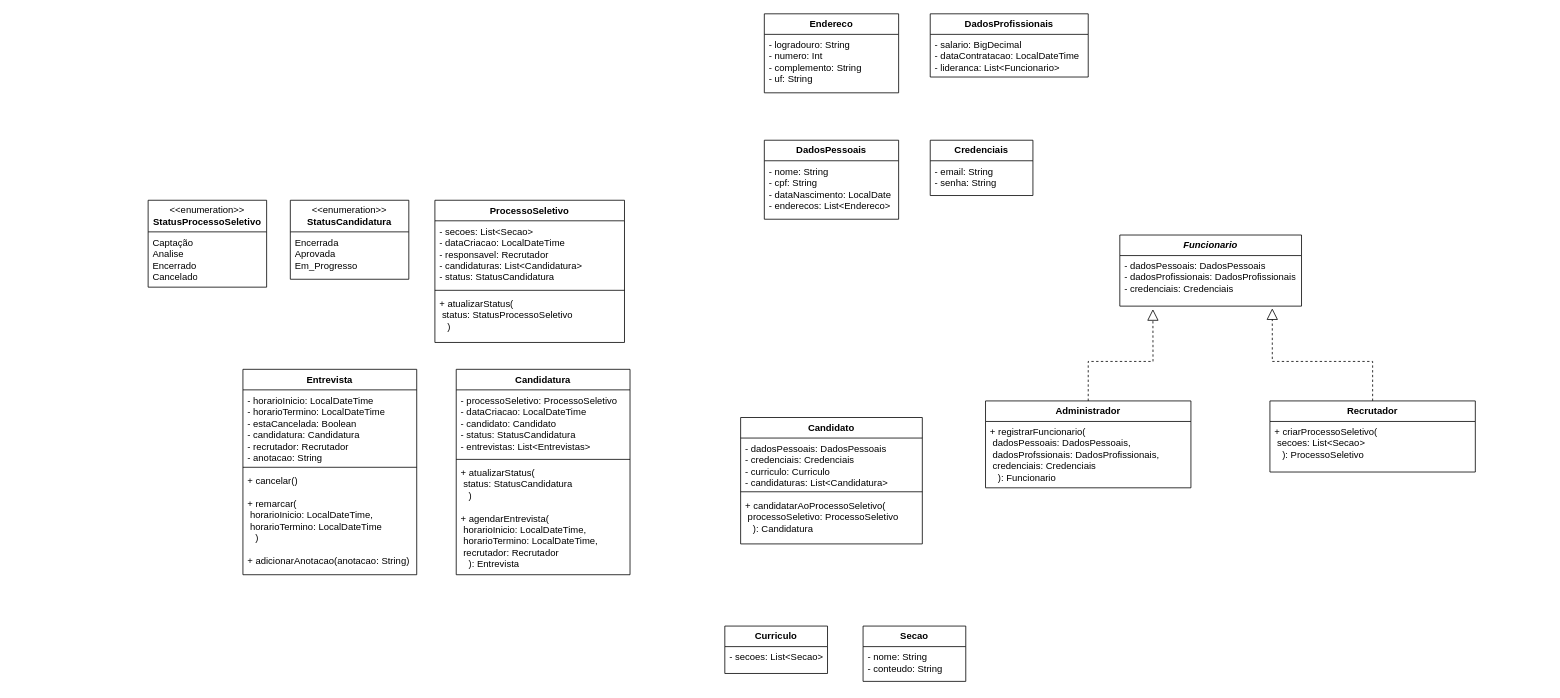
This is page "RH - diagrama de classes" (6 of 6) of diagramas.drawio.xml from LMoraes7/sistema_rh, a draw.io file, before an edit. Source tidied: cells renumbered, new cells numbered last; positions are measured from the earlier drawing's top-left corner, leaving out a move shared by most shapes. Both pictures are drawn from the tidied source at 79%, with x=0, y=0 at pixel (148, 13).
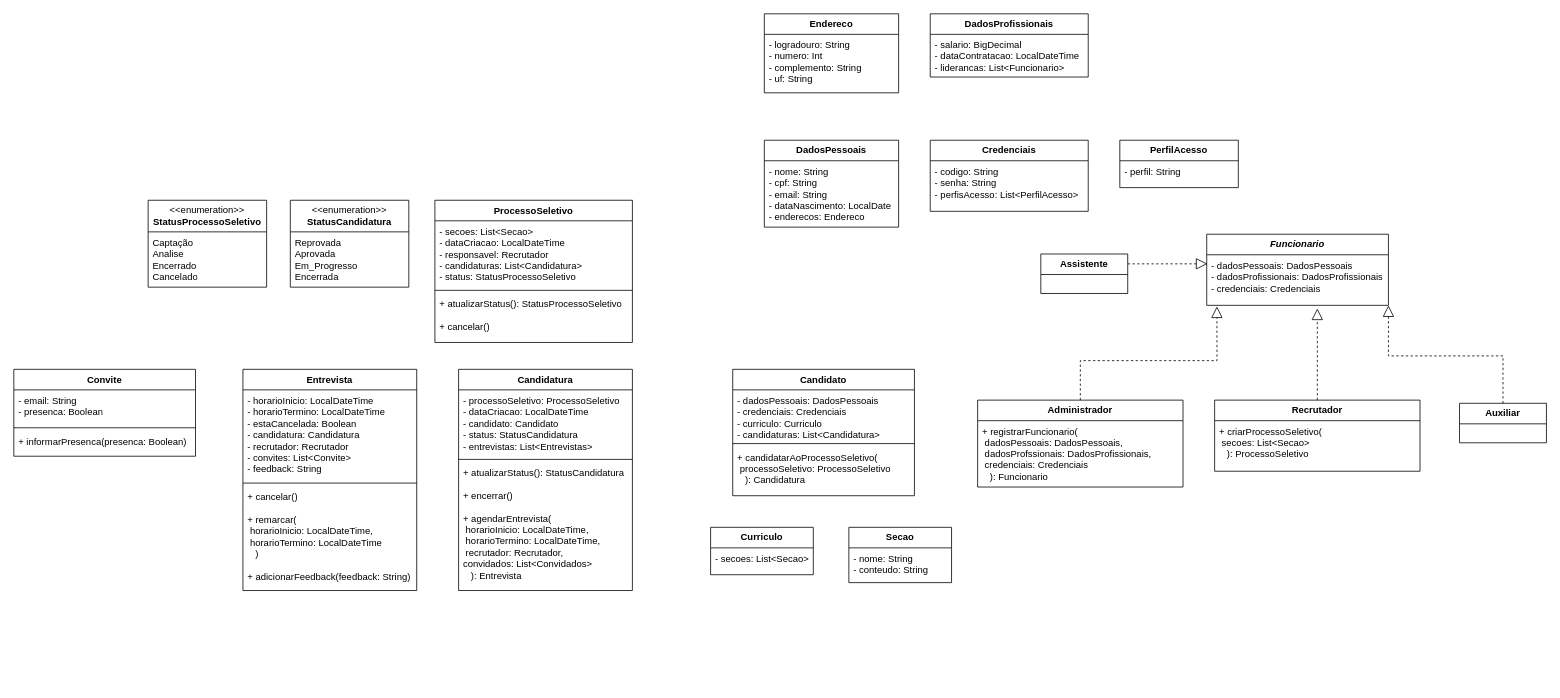
The same page after the edit.

Unchanged cells that the change refers to:
```xml
<mxCell id="18" value="- dadosPessoais: DadosPessoais&lt;br style=&quot;border-color: var(--border-color);&quot;&gt;- dadosProfissionais: DadosProfissionais&lt;br style=&quot;border-color: var(--border-color);&quot;&gt;- credenciais: Credenciais" style="text;strokeColor=none;fillColor=none;align=left;verticalAlign=top;spacingLeft=4;spacingRight=4;overflow=hidden;points=[[0,0.5],[1,0.5]];portConstraint=eastwest;whiteSpace=wrap;html=1;" parent="17" vertex="1">
  <mxGeometry y="26" width="230" height="64" as="geometry" />
</mxCell>
<mxCell id="40" value="&lt;b&gt;DadosProfissionais&lt;/b&gt;" style="swimlane;fontStyle=0;horizontal=1;startSize=26;fillColor=none;whiteSpace=wrap;html=1;" parent="1" vertex="1">
  <mxGeometry x="990" width="200" height="80" as="geometry" />
</mxCell>
```

What changed in the source:
```diff
@@
     <mxCell id="2" value="ProcessoSeletivo" style="swimlane;fontStyle=1;align=center;verticalAlign=top;horizontal=1;startSize=26;whiteSpace=wrap;html=1;" parent="1" vertex="1">
-      <mxGeometry x="363" y="236" width="240" height="180" as="geometry" />
+      <mxGeometry x="363" y="236" width="250" height="180" as="geometry" />
     </mxCell>
-    <mxCell id="3" value="- secoes: List&amp;lt;Secao&amp;gt;&lt;br&gt;- dataCriacao: LocalDateTime&lt;br&gt;- responsavel: Recrutador&lt;br&gt;- candidaturas: List&amp;lt;Candidatura&amp;gt;&lt;br&gt;- status: StatusCandidatura" style="text;strokeColor=none;fillColor=none;align=left;verticalAlign=top;spacingLeft=4;spacingRight=4;overflow=hidden;whiteSpace=wrap;html=1;" parent="2" vertex="1">
-      <mxGeometry y="26" width="240" height="84" as="geometry" />
+    <mxCell id="3" value="- secoes: List&amp;lt;Secao&amp;gt;&lt;br&gt;- dataCriacao: LocalDateTime&lt;br&gt;- responsavel: Recrutador&lt;br&gt;- candidaturas: List&amp;lt;Candidatura&amp;gt;&lt;br&gt;- status: StatusProcessoSeletivo" style="text;strokeColor=none;fillColor=none;align=left;verticalAlign=top;spacingLeft=4;spacingRight=4;overflow=hidden;whiteSpace=wrap;html=1;" parent="2" vertex="1">
+      <mxGeometry y="26" width="250" height="84" as="geometry" />
     </mxCell>
     <mxCell id="4" style="line;strokeWidth=1;fillColor=none;align=left;verticalAlign=middle;spacingTop=-1;spacingLeft=3;spacingRight=3;labelPosition=right;strokeColor=inherit;" parent="2" vertex="1">
-      <mxGeometry y="110" width="240" height="8" as="geometry" />
+      <mxGeometry y="110" width="250" height="8" as="geometry" />
     </mxCell>
-    <mxCell id="5" value="+ atualizarStatus(&lt;br&gt;&lt;span style=&quot;white-space: pre;&quot;&gt; &lt;/span&gt;status: StatusProcessoSeletivo&lt;br&gt;&amp;nbsp; &amp;nbsp;)" style="text;strokeColor=none;fillColor=none;align=left;verticalAlign=top;spacingLeft=4;spacingRight=4;overflow=hidden;whiteSpace=wrap;html=1;" parent="2" vertex="1">
-      <mxGeometry y="118" width="240" height="62" as="geometry" />
+    <mxCell id="5" value="+ atualizarStatus(): StatusProcessoSeletivo&lt;br&gt;&lt;br&gt;+ cancelar()" style="text;strokeColor=none;fillColor=none;align=left;verticalAlign=top;spacingLeft=4;spacingRight=4;overflow=hidden;whiteSpace=wrap;html=1;" parent="2" vertex="1">
+      <mxGeometry y="118" width="250" height="62" as="geometry" />
     </mxCell>
     <mxCell id="6" value="Candidato" style="swimlane;fontStyle=1;align=center;verticalAlign=top;horizontal=1;startSize=26;whiteSpace=wrap;html=1;" parent="1" vertex="1">
-      <mxGeometry x="750" y="511" width="230" height="160" as="geometry" />
+      <mxGeometry x="740" y="450" width="230" height="160" as="geometry" />
     </mxCell>
@@
     <mxCell id="10" value="&amp;lt;&amp;lt;enumeration&amp;gt;&amp;gt;&lt;br&gt;&lt;b&gt;StatusCandidatura&lt;/b&gt;" style="swimlane;fontStyle=0;horizontal=1;startSize=40;fillColor=none;whiteSpace=wrap;html=1;" parent="1" vertex="1">
-      <mxGeometry x="180" y="236" width="150" height="100" as="geometry" />
+      <mxGeometry x="180" y="236" width="150" height="110" as="geometry" />
     </mxCell>
-    <mxCell id="11" value="Encerrada&lt;br&gt;Aprovada&lt;br&gt;Em_Progresso" style="text;strokeColor=none;fillColor=none;align=left;verticalAlign=top;spacingLeft=4;spacingRight=4;overflow=hidden;whiteSpace=wrap;html=1;" parent="10" vertex="1">
-      <mxGeometry y="40" width="150" height="60" as="geometry" />
+    <mxCell id="11" value="Reprovada&lt;br&gt;Aprovada&lt;br&gt;Em_Progresso&lt;br&gt;Encerrada" style="text;strokeColor=none;fillColor=none;align=left;verticalAlign=top;spacingLeft=4;spacingRight=4;overflow=hidden;whiteSpace=wrap;html=1;" parent="10" vertex="1">
+      <mxGeometry y="40" width="150" height="70" as="geometry" />
     </mxCell>
@@
-    <mxCell id="14" style="endArrow=block;dashed=1;endFill=0;endSize=12;html=1;rounded=0;exitX=0.5;exitY=0;exitDx=0;exitDy=0;entryX=0.839;entryY=1.044;entryDx=0;entryDy=0;entryPerimeter=0;" parent="1" edge="1" source="15" target="18">
+    <mxCell id="14" style="endArrow=block;dashed=1;endFill=0;endSize=12;html=1;rounded=0;exitX=0.5;exitY=0;exitDx=0;exitDy=0;" parent="1" edge="1" source="15">
       <mxGeometry relative="1" as="geometry">
-        <Array as="points">
-          <mxPoint x="1550" y="440" />
-          <mxPoint x="1423" y="440" />
-        </Array>
+        <mxPoint x="1480" y="373" as="targetPoint" />
       </mxGeometry>
     </mxCell>
     <mxCell id="15" value="&lt;b&gt;Recrutador&lt;/b&gt;" style="swimlane;fontStyle=0;horizontal=1;startSize=26;fillColor=none;whiteSpace=wrap;html=1;" parent="1" vertex="1">
-      <mxGeometry x="1420" y="490" width="260" height="90" as="geometry" />
+      <mxGeometry x="1350" y="489" width="260" height="90" as="geometry" />
     </mxCell>
@@
     <mxCell id="17" value="&lt;i style=&quot;border-color: var(--border-color); font-weight: 700;&quot;&gt;Funcionario&lt;/i&gt;" style="swimlane;fontStyle=0;horizontal=1;startSize=26;fillColor=none;whiteSpace=wrap;html=1;" parent="1" vertex="1">
-      <mxGeometry x="1230" y="280" width="230" height="90" as="geometry" />
+      <mxGeometry x="1340" y="279" width="230" height="90" as="geometry" />
     </mxCell>
@@
     <mxCell id="19" value="&lt;b&gt;DadosPessoais&lt;/b&gt;" style="swimlane;fontStyle=0;horizontal=1;startSize=26;fillColor=none;whiteSpace=wrap;html=1;" parent="1" vertex="1">
-      <mxGeometry x="780" y="160" width="170" height="100" as="geometry" />
+      <mxGeometry x="780" y="160" width="170" height="110" as="geometry" />
     </mxCell>
-    <mxCell id="20" value="- nome: String&lt;br style=&quot;border-color: var(--border-color);&quot;&gt;- cpf: String&lt;br style=&quot;border-color: var(--border-color);&quot;&gt;- dataNascimento: LocalDate&lt;br style=&quot;border-color: var(--border-color);&quot;&gt;- enderecos: List&amp;lt;Endereco&amp;gt;" style="text;strokeColor=none;fillColor=none;align=left;verticalAlign=top;spacingLeft=4;spacingRight=4;overflow=hidden;whiteSpace=wrap;html=1;" parent="19" vertex="1">
-      <mxGeometry y="26" width="170" height="74" as="geometry" />
+    <mxCell id="20" value="- nome: String&lt;br style=&quot;border-color: var(--border-color);&quot;&gt;- cpf: String&lt;br&gt;- email: String&lt;br style=&quot;border-color: var(--border-color);&quot;&gt;- dataNascimento: LocalDate&lt;br style=&quot;border-color: var(--border-color);&quot;&gt;- enderecos: Endereco" style="text;strokeColor=none;fillColor=none;align=left;verticalAlign=top;spacingLeft=4;spacingRight=4;overflow=hidden;whiteSpace=wrap;html=1;" parent="19" vertex="1">
+      <mxGeometry y="26" width="170" height="84" as="geometry" />
     </mxCell>
     <mxCell id="21" value="&lt;b&gt;Credenciais&lt;/b&gt;" style="swimlane;fontStyle=0;horizontal=1;startSize=26;fillColor=none;whiteSpace=wrap;html=1;" parent="1" vertex="1">
-      <mxGeometry x="990" y="160" width="130" height="70" as="geometry" />
+      <mxGeometry x="990" y="160" width="200" height="90" as="geometry" />
     </mxCell>
-    <mxCell id="22" value="- email: String&lt;br&gt;- senha: String" style="text;strokeColor=none;fillColor=none;align=left;verticalAlign=top;spacingLeft=4;spacingRight=4;overflow=hidden;whiteSpace=wrap;html=1;" parent="21" vertex="1">
-      <mxGeometry y="26" width="130" height="44" as="geometry" />
+    <mxCell id="22" value="- codigo: String&lt;br&gt;- senha: String&lt;br&gt;- perfisAcesso: List&amp;lt;PerfilAcesso&amp;gt;" style="text;strokeColor=none;fillColor=none;align=left;verticalAlign=top;spacingLeft=4;spacingRight=4;overflow=hidden;whiteSpace=wrap;html=1;" parent="21" vertex="1">
+      <mxGeometry y="26" width="200" height="64" as="geometry" />
     </mxCell>
     <mxCell id="23" value="&lt;b&gt;Curriculo&lt;/b&gt;" style="swimlane;fontStyle=0;horizontal=1;startSize=26;fillColor=none;whiteSpace=wrap;html=1;" parent="1" vertex="1">
-      <mxGeometry x="730" y="775" width="130" height="60" as="geometry" />
+      <mxGeometry x="712" y="650" width="130" height="60" as="geometry" />
     </mxCell>
@@
     <mxCell id="27" value="&lt;b&gt;Secao&lt;/b&gt;" style="swimlane;fontStyle=0;horizontal=1;startSize=26;fillColor=none;whiteSpace=wrap;html=1;" parent="1" vertex="1">
-      <mxGeometry x="905" y="775" width="130" height="70" as="geometry" />
+      <mxGeometry x="887" y="650" width="130" height="70" as="geometry" />
     </mxCell>
@@
     <mxCell id="29" value="Entrevista" style="swimlane;fontStyle=1;align=center;verticalAlign=top;horizontal=1;startSize=26;whiteSpace=wrap;html=1;" parent="1" vertex="1">
-      <mxGeometry x="120" y="450" width="220" height="260" as="geometry" />
+      <mxGeometry x="120" y="450" width="220" height="280" as="geometry" />
     </mxCell>
-    <mxCell id="30" value="- horarioInicio: LocalDateTime&lt;br style=&quot;border-color: var(--border-color);&quot;&gt;- horarioTermino: LocalDateTime&lt;br style=&quot;border-color: var(--border-color);&quot;&gt;- estaCancelada: Boolean&lt;br style=&quot;border-color: var(--border-color);&quot;&gt;- candidatura: Candidatura&lt;br style=&quot;border-color: var(--border-color);&quot;&gt;- recrutador: Recrutador&lt;br style=&quot;border-color: var(--border-color);&quot;&gt;- anotacao: String" style="text;strokeColor=none;fillColor=none;align=left;verticalAlign=top;spacingLeft=4;spacingRight=4;overflow=hidden;whiteSpace=wrap;html=1;" parent="29" vertex="1">
-      <mxGeometry y="26" width="220" height="94" as="geometry" />
+    <mxCell id="30" value="- horarioInicio: LocalDateTime&lt;br style=&quot;border-color: var(--border-color);&quot;&gt;- horarioTermino: LocalDateTime&lt;br style=&quot;border-color: var(--border-color);&quot;&gt;- estaCancelada: Boolean&lt;br style=&quot;border-color: var(--border-color);&quot;&gt;- candidatura: Candidatura&lt;br style=&quot;border-color: var(--border-color);&quot;&gt;- recrutador: Recrutador&lt;br&gt;- convites: List&amp;lt;Convite&amp;gt;&lt;br style=&quot;border-color: var(--border-color);&quot;&gt;- feedback: String" style="text;strokeColor=none;fillColor=none;align=left;verticalAlign=top;spacingLeft=4;spacingRight=4;overflow=hidden;whiteSpace=wrap;html=1;" parent="29" vertex="1">
+      <mxGeometry y="26" width="220" height="114" as="geometry" />
     </mxCell>
     <mxCell id="31" style="line;strokeWidth=1;fillColor=none;align=left;verticalAlign=middle;spacingTop=-1;spacingLeft=3;spacingRight=3;labelPosition=right;strokeColor=inherit;" parent="29" vertex="1">
-      <mxGeometry y="120" width="220" height="8" as="geometry" />
+      <mxGeometry y="140" width="220" height="8" as="geometry" />
     </mxCell>
-    <mxCell id="32" value="+ cancelar()&lt;br&gt;&lt;br&gt;+ remarcar(&lt;br&gt;&lt;span style=&quot;&quot;&gt; &lt;/span&gt;&lt;span style=&quot;white-space: pre;&quot;&gt; &lt;/span&gt;horarioInicio: LocalDateTime,&lt;br&gt;&lt;span style=&quot;&quot;&gt; &lt;/span&gt; &lt;span style=&quot;white-space: pre;&quot;&gt; &lt;/span&gt;horarioTermino: LocalDateTime&lt;br&gt;&amp;nbsp; &amp;nbsp;)&lt;br&gt;&lt;br&gt;+ adicionarAnotacao(anotacao: String)" style="text;strokeColor=none;fillColor=none;align=left;verticalAlign=top;spacingLeft=4;spacingRight=4;overflow=hidden;whiteSpace=wrap;html=1;" parent="29" vertex="1">
-      <mxGeometry y="128" width="220" height="132" as="geometry" />
+    <mxCell id="32" value="+ cancelar()&lt;br&gt;&lt;br&gt;+ remarcar(&lt;br&gt;&lt;span style=&quot;&quot;&gt; &lt;/span&gt;&lt;span style=&quot;white-space: pre;&quot;&gt; &lt;/span&gt;horarioInicio: LocalDateTime,&lt;br&gt;&lt;span style=&quot;&quot;&gt; &lt;/span&gt; &lt;span style=&quot;white-space: pre;&quot;&gt; &lt;/span&gt;horarioTermino: LocalDateTime&lt;br&gt;&amp;nbsp; &amp;nbsp;)&lt;br&gt;&lt;br&gt;+ adicionarFeedback(feedback: String)" style="text;strokeColor=none;fillColor=none;align=left;verticalAlign=top;spacingLeft=4;spacingRight=4;overflow=hidden;whiteSpace=wrap;html=1;" parent="29" vertex="1">
+      <mxGeometry y="148" width="220" height="132" as="geometry" />
     </mxCell>
     <mxCell id="33" value="Candidatura" style="swimlane;fontStyle=1;align=center;verticalAlign=top;horizontal=1;startSize=26;whiteSpace=wrap;html=1;" parent="1" vertex="1">
-      <mxGeometry x="390" y="450" width="220" height="260" as="geometry" />
+      <mxGeometry x="393" y="450" width="220" height="280" as="geometry" />
     </mxCell>
@@
-    <mxCell id="36" value="+ atualizarStatus(&lt;br&gt;&lt;span style=&quot;&quot;&gt; &lt;/span&gt;&lt;span style=&quot;white-space: pre;&quot;&gt; &lt;/span&gt;status: StatusCandidatura&lt;br&gt;&amp;nbsp; &amp;nbsp;)&lt;br&gt;&lt;br&gt;+ agendarEntrevista(&lt;br&gt;&lt;span style=&quot;white-space: pre;&quot;&gt; &lt;/span&gt;horarioInicio: LocalDateTime,&lt;br&gt;&lt;span style=&quot;&quot;&gt;&lt;/span&gt;&lt;span style=&quot;white-space: pre;&quot;&gt; &lt;/span&gt;horarioTermino: LocalDateTime,&lt;br&gt;&lt;span style=&quot;white-space: pre;&quot;&gt; &lt;/span&gt;recrutador: Recrutador&lt;br&gt;&amp;nbsp; &amp;nbsp;): Entrevista" style="text;strokeColor=none;fillColor=none;align=left;verticalAlign=top;spacingLeft=4;spacingRight=4;overflow=hidden;whiteSpace=wrap;html=1;" parent="33" vertex="1">
-      <mxGeometry y="118" width="220" height="142" as="geometry" />
+    <mxCell id="36" value="+ atualizarStatus(): StatusCandidatura&lt;br&gt;&lt;br&gt;+ encerrar()&lt;br&gt;&lt;br&gt;+ agendarEntrevista(&lt;br&gt;&lt;span style=&quot;white-space: pre;&quot;&gt; &lt;/span&gt;horarioInicio: LocalDateTime,&lt;br&gt;&lt;span style=&quot;&quot;&gt;&lt;/span&gt;&lt;span style=&quot;white-space: pre;&quot;&gt; &lt;/span&gt;horarioTermino: LocalDateTime,&lt;br&gt;&lt;span style=&quot;white-space: pre;&quot;&gt; &lt;/span&gt;recrutador: Recrutador,&lt;br&gt;convidados: List&amp;lt;Convidados&amp;gt;&lt;br&gt;&amp;nbsp; &amp;nbsp;): Entrevista" style="text;strokeColor=none;fillColor=none;align=left;verticalAlign=top;spacingLeft=4;spacingRight=4;overflow=hidden;whiteSpace=wrap;html=1;" parent="33" vertex="1">
+      <mxGeometry y="118" width="220" height="162" as="geometry" />
     </mxCell>
     <mxCell id="37" value="&lt;b&gt;Administrador&lt;/b&gt;" style="swimlane;fontStyle=0;horizontal=1;startSize=26;fillColor=none;whiteSpace=wrap;html=1;" parent="1" vertex="1">
-      <mxGeometry x="1060" y="490" width="260" height="110" as="geometry" />
+      <mxGeometry x="1050" y="489" width="260" height="110" as="geometry" />
     </mxCell>
@@
-    <mxCell id="39" style="endArrow=block;dashed=1;endFill=0;endSize=12;html=1;rounded=0;exitX=0.5;exitY=0;exitDx=0;exitDy=0;entryX=0.182;entryY=1.06;entryDx=0;entryDy=0;entryPerimeter=0;" parent="1" edge="1" source="37" target="18">
+    <mxCell id="39" style="endArrow=block;dashed=1;endFill=0;endSize=12;html=1;rounded=0;exitX=0.5;exitY=0;exitDx=0;exitDy=0;entryX=0.056;entryY=1.022;entryDx=0;entryDy=0;entryPerimeter=0;" parent="1" edge="1" source="37" target="18">
       <mxGeometry relative="1" as="geometry">
         <Array as="points">
-          <mxPoint x="1190" y="440" />
-          <mxPoint x="1272" y="440" />
+          <mxPoint x="1180" y="439" />
+          <mxPoint x="1353" y="439" />
         </Array>
       </mxGeometry>
     </mxCell>
@@
-    <mxCell id="41" value="- salario: BigDecimal&lt;br style=&quot;border-color: var(--border-color);&quot;&gt;- dataContratacao: LocalDateTime&lt;br style=&quot;border-color: var(--border-color);&quot;&gt;- lideranca: List&amp;lt;Funcionario&amp;gt;" style="text;strokeColor=none;fillColor=none;align=left;verticalAlign=top;spacingLeft=4;spacingRight=4;overflow=hidden;whiteSpace=wrap;html=1;" parent="40" vertex="1">
+    <mxCell id="41" value="- salario: BigDecimal&lt;br style=&quot;border-color: var(--border-color);&quot;&gt;- dataContratacao: LocalDateTime&lt;br style=&quot;border-color: var(--border-color);&quot;&gt;- liderancas: List&amp;lt;Funcionario&amp;gt;&lt;br&gt;" style="text;strokeColor=none;fillColor=none;align=left;verticalAlign=top;spacingLeft=4;spacingRight=4;overflow=hidden;whiteSpace=wrap;html=1;" parent="40" vertex="1">
       <mxGeometry y="26" width="200" height="54" as="geometry" />
     </mxCell>
+    <mxCell id="42" value="&lt;b&gt;PerfilAcesso&lt;/b&gt;" style="swimlane;fontStyle=0;horizontal=1;startSize=26;fillColor=none;whiteSpace=wrap;html=1;" parent="1" vertex="1">
+      <mxGeometry x="1230" y="160" width="150" height="60" as="geometry" />
+    </mxCell>
+    <mxCell id="43" value="- perfil: String" style="text;strokeColor=none;fillColor=none;align=left;verticalAlign=top;spacingLeft=4;spacingRight=4;overflow=hidden;whiteSpace=wrap;html=1;" parent="42" vertex="1">
+      <mxGeometry y="26" width="150" height="34" as="geometry" />
+    </mxCell>
+    <mxCell id="44" value="Convite" style="swimlane;fontStyle=1;align=center;verticalAlign=top;horizontal=1;startSize=26;whiteSpace=wrap;html=1;" parent="1" vertex="1">
+      <mxGeometry x="-170" y="450" width="230" height="110" as="geometry" />
+    </mxCell>
+    <mxCell id="45" value="- email: String&lt;br&gt;- presenca: Boolean" style="text;strokeColor=none;fillColor=none;align=left;verticalAlign=top;spacingLeft=4;spacingRight=4;overflow=hidden;whiteSpace=wrap;html=1;" parent="44" vertex="1">
+      <mxGeometry y="26" width="230" height="44" as="geometry" />
+    </mxCell>
+    <mxCell id="46" style="line;strokeWidth=1;fillColor=none;align=left;verticalAlign=middle;spacingTop=-1;spacingLeft=3;spacingRight=3;labelPosition=right;strokeColor=inherit;" parent="44" vertex="1">
+      <mxGeometry y="70" width="230" height="8" as="geometry" />
+    </mxCell>
+    <mxCell id="47" value="+ informarPresenca(presenca: Boolean)" style="text;strokeColor=none;fillColor=none;align=left;verticalAlign=top;spacingLeft=4;spacingRight=4;overflow=hidden;whiteSpace=wrap;html=1;" parent="44" vertex="1">
+      <mxGeometry y="78" width="230" height="32" as="geometry" />
+    </mxCell>
+    <mxCell id="48" value="&lt;b&gt;Assistente&lt;/b&gt;" style="swimlane;fontStyle=0;horizontal=1;startSize=26;fillColor=none;whiteSpace=wrap;html=1;" parent="1" vertex="1">
+      <mxGeometry x="1130" y="304" width="110" height="50" as="geometry" />
+    </mxCell>
+    <mxCell id="49" value="&lt;b&gt;Auxiliar&lt;/b&gt;" style="swimlane;fontStyle=0;horizontal=1;startSize=26;fillColor=none;whiteSpace=wrap;html=1;" parent="1" vertex="1">
+      <mxGeometry x="1660" y="493" width="110" height="50" as="geometry" />
+    </mxCell>
+    <mxCell id="50" style="endArrow=block;dashed=1;endFill=0;endSize=12;html=1;rounded=0;exitX=0.5;exitY=0;exitDx=0;exitDy=0;" parent="1" edge="1" source="49">
+      <mxGeometry relative="1" as="geometry">
+        <mxPoint x="1570" y="369" as="targetPoint" />
+        <Array as="points">
+          <mxPoint x="1715" y="433" />
+          <mxPoint x="1570" y="433" />
+        </Array>
+      </mxGeometry>
+    </mxCell>
+    <mxCell id="51" style="endArrow=block;dashed=1;endFill=0;endSize=12;html=1;rounded=0;exitX=1;exitY=0.25;exitDx=0;exitDy=0;entryX=0.004;entryY=0.179;entryDx=0;entryDy=0;entryPerimeter=0;" parent="1" edge="1" source="48" target="18">
+      <mxGeometry relative="1" as="geometry" />
+    </mxCell>
```
